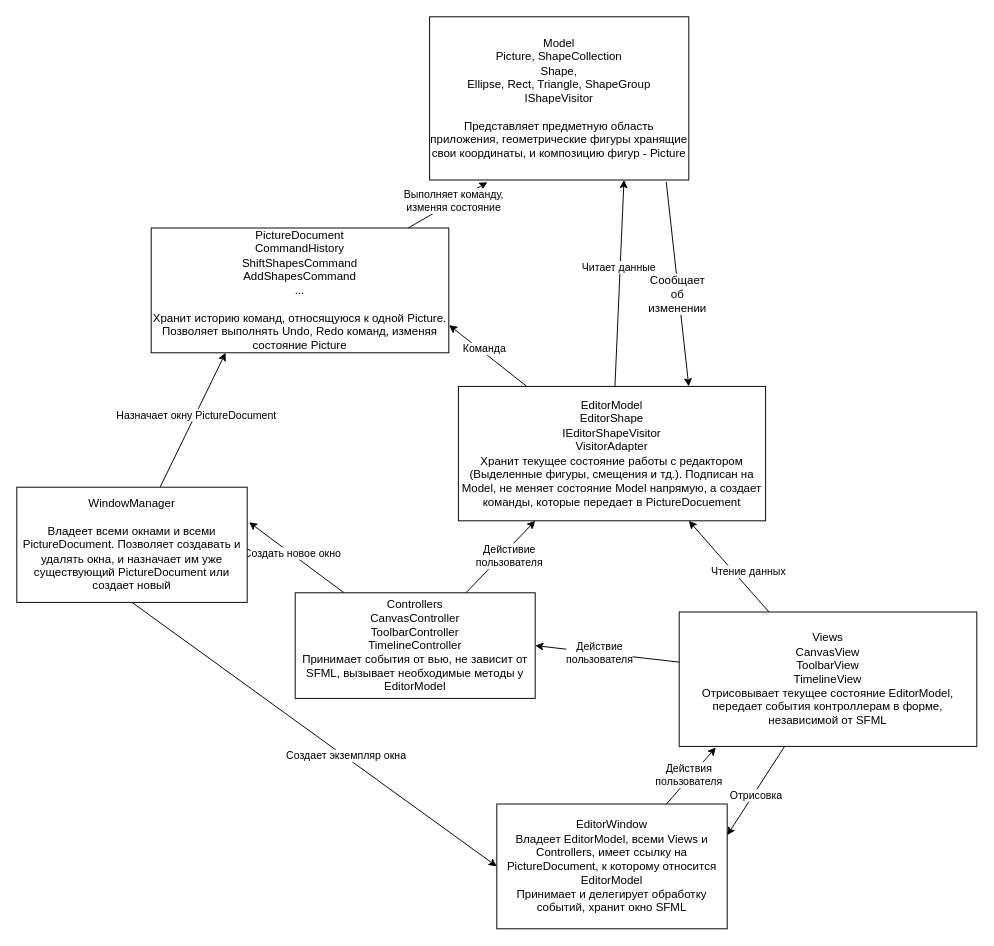
Above: lw6/guiShapesDesign.drawio in MrTorD/ood (draw.io), before the change. Source tidied: cells renumbered, new cells numbered last; positions are measured from the earlier drawing's top-left corner, leaving out a move shared by most shapes. Both pictures are drawn from the tidied source at 96%, with x=0, y=0 at pixel (16, 16).
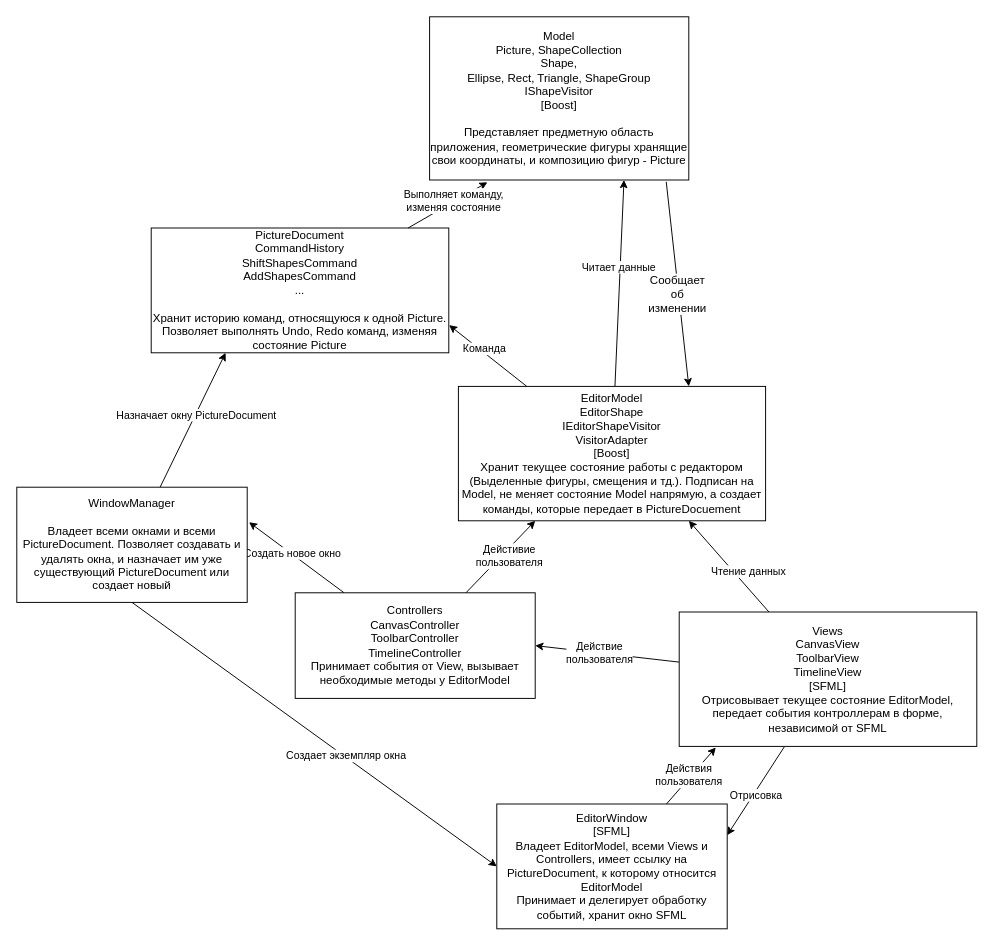
The same diagram, later.

Commit message:
lw6 - Добавлена информация об используемых библиотеках в C3 диаграмме

Change to the diagram source:
```diff
@@
-    <mxCell id="7" value="EditorModel&lt;br&gt;EditorShape&lt;br&gt;IEditorShapeVisitor&lt;br&gt;VisitorAdapter&lt;br&gt;Хранит текущее состояние работы с редактором (Выделенные фигуры, смещения и тд.). Подписан на Model, не меняет состояние Model напрямую, а создает команды, которые передает в PictureDocuement" style="rounded=0;whiteSpace=wrap;html=1;" parent="1" vertex="1">
+    <mxCell id="7" value="EditorModel&lt;br&gt;EditorShape&lt;br&gt;IEditorShapeVisitor&lt;br&gt;VisitorAdapter&lt;div&gt;[Boost]&lt;br&gt;Хранит текущее состояние работы с редактором (Выделенные фигуры, смещения и тд.). Подписан на Model, не меняет состояние Model напрямую, а создает команды, которые передает в PictureDocuement&lt;/div&gt;" style="rounded=0;whiteSpace=wrap;html=1;" parent="1" vertex="1">
       <mxGeometry x="460" y="385" width="320" height="140" as="geometry" />
     </mxCell>
@@
-    <mxCell id="10" value="Model&lt;br&gt;Picture, ShapeCollection&lt;br&gt;Shape,&lt;br&gt;Ellipse, Rect, Triangle, ShapeGroup&lt;br&gt;IShapeVisitor&lt;br&gt;&lt;br&gt;Представляет предметную область приложения, геометрические фигуры хранящие свои координаты, и композицию фигур - Picture" style="rounded=0;whiteSpace=wrap;html=1;" parent="1" vertex="1">
+    <mxCell id="10" value="Model&lt;br&gt;Picture, ShapeCollection&lt;br&gt;Shape,&lt;br&gt;Ellipse, Rect, Triangle, ShapeGroup&lt;br&gt;IShapeVisitor&lt;div&gt;[Boost]&lt;br&gt;&lt;br&gt;Представляет предметную область приложения, геометрические фигуры хранящие свои координаты, и композицию фигур - Picture&lt;/div&gt;" style="rounded=0;whiteSpace=wrap;html=1;" parent="1" vertex="1">
       <mxGeometry x="430" width="270" height="170" as="geometry" />
     </mxCell>
@@
-    <mxCell id="17" value="Views&lt;br&gt;CanvasView&lt;br&gt;ToolbarView&lt;br&gt;TimelineView&lt;br&gt;Отрисовывает текущее состояние EditorModel, передает события контроллерам в форме, независимой от SFML" style="rounded=0;whiteSpace=wrap;html=1;" parent="1" vertex="1">
+    <mxCell id="17" value="Views&lt;br&gt;CanvasView&lt;br&gt;ToolbarView&lt;br&gt;TimelineView&lt;div&gt;[SFML]&lt;br&gt;Отрисовывает текущее состояние EditorModel, передает события контроллерам в форме, независимой от SFML&lt;/div&gt;" style="rounded=0;whiteSpace=wrap;html=1;" parent="1" vertex="1">
       <mxGeometry x="690" y="620" width="310" height="140" as="geometry" />
     </mxCell>
@@
-    <mxCell id="22" value="Controllers&lt;br&gt;CanvasController&lt;br&gt;ToolbarController&lt;br&gt;TimelineController&lt;div&gt;Принимает события от вью, не зависит от SFML, вызывает необходимые методы у EditorModel&lt;/div&gt;" style="rounded=0;whiteSpace=wrap;html=1;" parent="1" vertex="1">
+    <mxCell id="22" value="Controllers&lt;br&gt;CanvasController&lt;br&gt;ToolbarController&lt;br&gt;TimelineController&lt;div&gt;Принимает события от View, вызывает необходимые методы у EditorModel&lt;/div&gt;" style="rounded=0;whiteSpace=wrap;html=1;" parent="1" vertex="1">
       <mxGeometry x="290" y="600" width="250" height="110" as="geometry" />
     </mxCell>
@@
-    <mxCell id="30" value="EditorWindow&lt;br&gt;Владеет EditorModel, всеми Views и Controllers, имеет ссылку на PictureDocument, к которому относится EditorModel&lt;br&gt;Принимает и делегирует обработку событий, хранит окно SFML" style="rounded=0;whiteSpace=wrap;html=1;" parent="1" vertex="1">
+    <mxCell id="30" value="EditorWindow&lt;br&gt;[SFML]&lt;br&gt;Владеет EditorModel, всеми Views и Controllers, имеет ссылку на PictureDocument, к которому относится EditorModel&lt;br&gt;Принимает и делегирует обработку событий, хранит окно SFML" style="rounded=0;whiteSpace=wrap;html=1;" parent="1" vertex="1">
       <mxGeometry x="500" y="820" width="240" height="130" as="geometry" />
     </mxCell>
```
